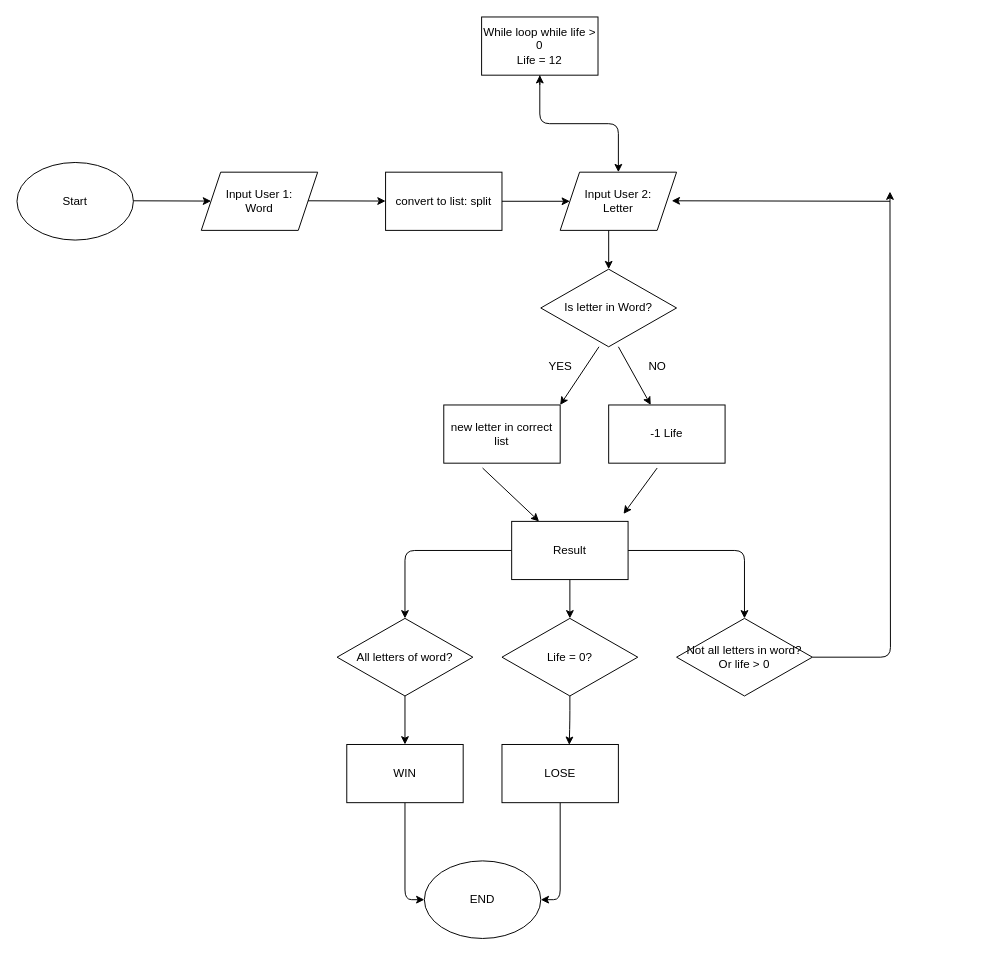
This is Project_1_flow_chart.drawio from Edgart371/Project-1-Hangman-Game, a draw.io file, before an edit. Source tidied: cells renumbered, new cells numbered last; positions are measured from the earlier drawing's top-left corner, leaving out a move shared by most shapes. Both pictures are drawn from the tidied source at 97%, with x=0, y=0 at pixel (16, 16).
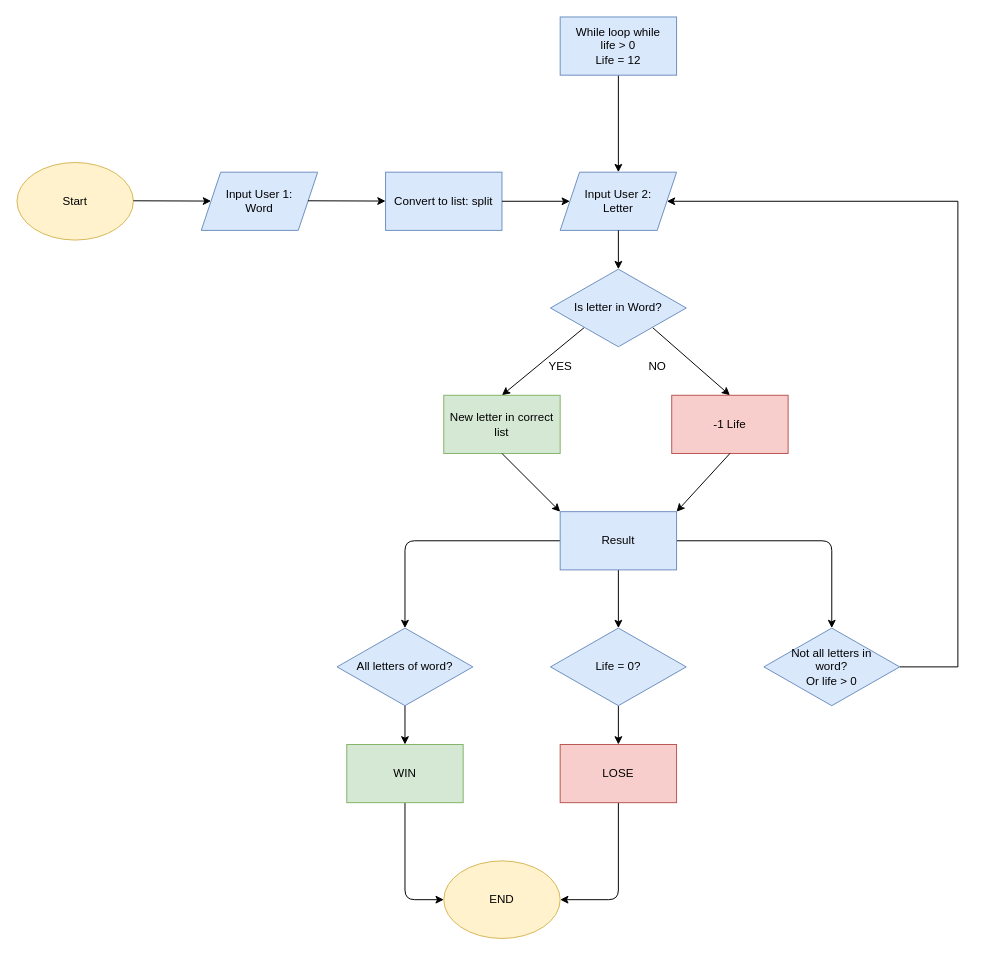
After the change.

The edit, as a diff of the source:
```diff
@@
-    <mxCell id="2" value="Start" style="ellipse;whiteSpace=wrap;html=1;rounded=0;sketch=0;" parent="1" vertex="1">
+    <mxCell id="2" value="Start" style="ellipse;whiteSpace=wrap;html=1;rounded=0;sketch=0;fillColor=#fff2cc;strokeColor=#d6b656;" parent="1" vertex="1">
       <mxGeometry y="150" width="120" height="80" as="geometry" />
     </mxCell>
@@
-    <mxCell id="4" value="Input User 1: &lt;br&gt;Word" style="shape=parallelogram;perimeter=parallelogramPerimeter;whiteSpace=wrap;html=1;fixedSize=1;rounded=0;sketch=0;" parent="1" vertex="1">
+    <mxCell id="4" value="Input User 1: &lt;br&gt;Word" style="shape=parallelogram;perimeter=parallelogramPerimeter;whiteSpace=wrap;html=1;fixedSize=1;rounded=0;sketch=0;fillColor=#dae8fc;strokeColor=#6c8ebf;" parent="1" vertex="1">
       <mxGeometry x="190" y="160" width="120" height="60" as="geometry" />
     </mxCell>
@@
-    <mxCell id="6" value="convert to list: split" style="rounded=0;whiteSpace=wrap;html=1;sketch=0;" parent="1" vertex="1">
+    <mxCell id="6" value="Convert to list: split" style="rounded=0;whiteSpace=wrap;html=1;sketch=0;fillColor=#dae8fc;strokeColor=#6c8ebf;" parent="1" vertex="1">
       <mxGeometry x="380" y="160" width="120" height="60" as="geometry" />
     </mxCell>
@@
-    <mxCell id="8" value="Input User 2:&lt;br&gt;Letter" style="shape=parallelogram;perimeter=parallelogramPerimeter;whiteSpace=wrap;html=1;fixedSize=1;rounded=0;sketch=0;" parent="1" vertex="1">
+    <mxCell id="8" value="Input User 2:&lt;br&gt;Letter" style="shape=parallelogram;perimeter=parallelogramPerimeter;whiteSpace=wrap;html=1;fixedSize=1;rounded=0;sketch=0;fillColor=#dae8fc;strokeColor=#6c8ebf;" parent="1" vertex="1">
       <mxGeometry x="560" y="160" width="120" height="60" as="geometry" />
     </mxCell>
-    <mxCell id="9" style="endArrow=classic;html=1;rounded=1;sketch=0;curved=0;" parent="1" edge="1">
-      <mxGeometry relative="1" as="geometry">
-        <mxPoint x="600" y="340" as="sourcePoint" />
-        <mxPoint x="560" y="400" as="targetPoint" />
-      </mxGeometry>
+    <mxCell id="9" style="endArrow=classic;html=1;rounded=1;sketch=0;curved=0;entryX=0.5;entryY=0;entryDx=0;entryDy=0;exitX=0;exitY=1;exitDx=0;exitDy=0;" parent="1" edge="1" source="12" target="15">
+      <mxGeometry relative="1" as="geometry" />
     </mxCell>
-    <mxCell id="10" style="endArrow=classic;html=1;rounded=1;sketch=0;curved=0;" parent="1" edge="1" target="16">
-      <mxGeometry relative="1" as="geometry">
-        <mxPoint x="620" y="340" as="sourcePoint" />
-      </mxGeometry>
+    <mxCell id="10" style="endArrow=classic;html=1;rounded=1;sketch=0;curved=0;entryX=0.5;entryY=0;entryDx=0;entryDy=0;exitX=1;exitY=1;exitDx=0;exitDy=0;" parent="1" edge="1" source="12" target="16">
+      <mxGeometry relative="1" as="geometry" />
     </mxCell>
-    <mxCell id="11" style="endArrow=classic;html=1;rounded=1;sketch=0;curved=0;" parent="1" edge="1" target="12">
-      <mxGeometry relative="1" as="geometry">
-        <mxPoint x="610" y="220" as="sourcePoint" />
-      </mxGeometry>
+    <mxCell id="11" style="endArrow=classic;html=1;rounded=1;sketch=0;curved=0;exitX=0.5;exitY=1;exitDx=0;exitDy=0;" parent="1" edge="1" source="8" target="12">
+      <mxGeometry relative="1" as="geometry" />
     </mxCell>
-    <mxCell id="12" value="Is letter in Word?" style="rhombus;whiteSpace=wrap;html=1;rounded=0;sketch=0;" parent="1" vertex="1">
-      <mxGeometry x="540" y="260" width="140" height="80" as="geometry" />
+    <mxCell id="12" value="Is letter in Word?" style="rhombus;whiteSpace=wrap;html=1;rounded=0;sketch=0;fillColor=#dae8fc;strokeColor=#6c8ebf;" parent="1" vertex="1">
+      <mxGeometry x="550" y="260" width="140" height="80" as="geometry" />
     </mxCell>
@@
-    <mxCell id="15" value="new letter in correct list" style="rounded=0;whiteSpace=wrap;html=1;sketch=0;" parent="1" vertex="1">
-      <mxGeometry x="440" y="400" width="120" height="60" as="geometry" />
+    <mxCell id="15" value="New letter in correct list" style="rounded=0;whiteSpace=wrap;html=1;sketch=0;fillColor=#d5e8d4;strokeColor=#82b366;" parent="1" vertex="1">
+      <mxGeometry x="440" y="390" width="120" height="60" as="geometry" />
     </mxCell>
-    <mxCell id="16" value="-1 Life" style="rounded=0;whiteSpace=wrap;html=1;sketch=0;" parent="1" vertex="1">
-      <mxGeometry x="610" y="400" width="120" height="60" as="geometry" />
+    <mxCell id="16" value="-1 Life" style="rounded=0;whiteSpace=wrap;html=1;sketch=0;fillColor=#f8cecc;strokeColor=#b85450;" parent="1" vertex="1">
+      <mxGeometry x="675" y="390" width="120" height="60" as="geometry" />
     </mxCell>
-    <mxCell id="17" style="endArrow=classic;html=1;rounded=1;sketch=0;curved=0;" parent="1" edge="1" target="22">
-      <mxGeometry relative="1" as="geometry">
-        <mxPoint x="480" y="465" as="sourcePoint" />
-      </mxGeometry>
+    <mxCell id="17" style="endArrow=classic;html=1;rounded=1;sketch=0;curved=0;exitX=0.5;exitY=1;exitDx=0;exitDy=0;entryX=0;entryY=0;entryDx=0;entryDy=0;" parent="1" edge="1" source="15" target="22">
+      <mxGeometry relative="1" as="geometry" />
     </mxCell>
-    <mxCell id="18" style="endArrow=classic;html=1;rounded=1;sketch=0;curved=0;entryX=0.961;entryY=-0.128;entryDx=0;entryDy=0;entryPerimeter=0;" parent="1" edge="1" target="22">
-      <mxGeometry relative="1" as="geometry">
-        <mxPoint x="660" y="465" as="sourcePoint" />
-      </mxGeometry>
+    <mxCell id="18" style="endArrow=classic;html=1;rounded=1;sketch=0;curved=0;entryX=1;entryY=0;entryDx=0;entryDy=0;exitX=0.5;exitY=1;exitDx=0;exitDy=0;" parent="1" edge="1" source="16" target="22">
+      <mxGeometry relative="1" as="geometry" />
     </mxCell>
@@
     <mxCell id="21" style="edgeStyle=orthogonalEdgeStyle;curved=0;rounded=1;sketch=0;jettySize=auto;html=1;entryX=0.5;entryY=0;entryDx=0;entryDy=0;" parent="1" edge="1" source="22" target="37">
-      <mxGeometry relative="1" as="geometry" />
+      <mxGeometry relative="1" as="geometry">
+        <Array as="points">
+          <mxPoint x="840" y="540" />
+        </Array>
+      </mxGeometry>
     </mxCell>
-    <mxCell id="22" value="Result" style="rounded=0;whiteSpace=wrap;html=1;sketch=0;" parent="1" vertex="1">
-      <mxGeometry x="510" y="520" width="120" height="60" as="geometry" />
+    <mxCell id="22" value="Result" style="rounded=0;whiteSpace=wrap;html=1;sketch=0;fillColor=#dae8fc;strokeColor=#6c8ebf;" parent="1" vertex="1">
+      <mxGeometry x="560" y="510" width="120" height="60" as="geometry" />
     </mxCell>
-    <mxCell id="23" style="endArrow=classic;html=1;rounded=1;sketch=0;curved=0;" parent="1" edge="1" target="25">
-      <mxGeometry relative="1" as="geometry">
-        <mxPoint x="539" y="70" as="sourcePoint" />
-      </mxGeometry>
-    </mxCell>
@@
-    <mxCell id="25" value="While loop while life &amp;gt; 0&lt;br&gt;Life = 12" style="rounded=0;whiteSpace=wrap;html=1;sketch=0;" parent="1" vertex="1">
-      <mxGeometry x="479" width="120" height="60" as="geometry" />
+    <mxCell id="25" value="While loop while &lt;br&gt;life &amp;gt; 0&lt;br&gt;Life = 12" style="rounded=0;whiteSpace=wrap;html=1;sketch=0;fillColor=#dae8fc;strokeColor=#6c8ebf;" parent="1" vertex="1">
+      <mxGeometry x="560" width="120" height="60" as="geometry" />
     </mxCell>
-    <mxCell id="26" style="endArrow=classic;html=1;rounded=1;sketch=0;curved=0;" parent="1" edge="1">
-      <mxGeometry relative="1" as="geometry">
-        <mxPoint x="900" y="190" as="sourcePoint" />
-        <mxPoint x="675" y="189.5" as="targetPoint" />
-      </mxGeometry>
-    </mxCell>
@@
-    <mxCell id="28" value="All letters of word?" style="rhombus;whiteSpace=wrap;html=1;rounded=0;sketch=0;" parent="1" vertex="1">
-      <mxGeometry x="330" y="620" width="140" height="80" as="geometry" />
+    <mxCell id="28" value="All letters of word?" style="rhombus;whiteSpace=wrap;html=1;rounded=0;sketch=0;fillColor=#dae8fc;strokeColor=#6c8ebf;" parent="1" vertex="1">
+      <mxGeometry x="330" y="630" width="140" height="80" as="geometry" />
     </mxCell>
-    <mxCell id="29" style="edgeStyle=orthogonalEdgeStyle;curved=0;rounded=1;sketch=0;jettySize=auto;html=1;entryX=0.578;entryY=0.006;entryDx=0;entryDy=0;entryPerimeter=0;" parent="1" edge="1" source="30" target="34">
+    <mxCell id="29" style="edgeStyle=orthogonalEdgeStyle;curved=0;rounded=1;sketch=0;jettySize=auto;html=1;entryX=0.5;entryY=0;entryDx=0;entryDy=0;" parent="1" edge="1" source="30" target="34">
       <mxGeometry relative="1" as="geometry" />
     </mxCell>
-    <mxCell id="30" value="Life = 0?" style="rhombus;whiteSpace=wrap;html=1;rounded=0;sketch=0;" parent="1" vertex="1">
-      <mxGeometry x="500" y="620" width="140" height="80" as="geometry" />
+    <mxCell id="30" value="Life = 0?" style="rhombus;whiteSpace=wrap;html=1;rounded=0;sketch=0;fillColor=#dae8fc;strokeColor=#6c8ebf;" parent="1" vertex="1">
+      <mxGeometry x="550" y="630" width="140" height="80" as="geometry" />
     </mxCell>
@@
-    <mxCell id="32" value="WIN" style="rounded=0;whiteSpace=wrap;html=1;sketch=0;" parent="1" vertex="1">
+    <mxCell id="32" value="WIN" style="rounded=0;whiteSpace=wrap;html=1;sketch=0;fillColor=#d5e8d4;strokeColor=#82b366;" parent="1" vertex="1">
       <mxGeometry x="340" y="750" width="120" height="60" as="geometry" />
     </mxCell>
-    <mxCell id="33" style="edgeStyle=orthogonalEdgeStyle;curved=0;rounded=1;sketch=0;jettySize=auto;html=1;entryX=1;entryY=0.5;entryDx=0;entryDy=0;" parent="1" edge="1" source="34" target="35">
-      <mxGeometry relative="1" as="geometry" />
+    <mxCell id="33" style="edgeStyle=orthogonalEdgeStyle;curved=0;rounded=1;sketch=0;jettySize=auto;html=1;entryX=1;entryY=0.5;entryDx=0;entryDy=0;exitX=0.5;exitY=1;exitDx=0;exitDy=0;" parent="1" edge="1" source="34" target="35">
+      <mxGeometry relative="1" as="geometry">
+        <Array as="points">
+          <mxPoint x="620" y="910" />
+        </Array>
+      </mxGeometry>
     </mxCell>
-    <mxCell id="34" value="LOSE" style="rounded=0;whiteSpace=wrap;html=1;sketch=0;" parent="1" vertex="1">
-      <mxGeometry x="500" y="750" width="120" height="60" as="geometry" />
+    <mxCell id="34" value="LOSE" style="rounded=0;whiteSpace=wrap;html=1;sketch=0;fillColor=#f8cecc;strokeColor=#b85450;" parent="1" vertex="1">
+      <mxGeometry x="560" y="750" width="120" height="60" as="geometry" />
     </mxCell>
-    <mxCell id="35" value="END" style="ellipse;whiteSpace=wrap;html=1;rounded=0;sketch=0;" parent="1" vertex="1">
-      <mxGeometry x="420" y="870" width="120" height="80" as="geometry" />
+    <mxCell id="35" value="END" style="ellipse;whiteSpace=wrap;html=1;rounded=0;sketch=0;fillColor=#fff2cc;strokeColor=#d6b656;" parent="1" vertex="1">
+      <mxGeometry x="440" y="870" width="120" height="80" as="geometry" />
     </mxCell>
-    <mxCell id="36" style="edgeStyle=orthogonalEdgeStyle;curved=0;rounded=1;sketch=0;jettySize=auto;html=1;" parent="1" edge="1" source="37">
-      <mxGeometry relative="1" as="geometry">
-        <mxPoint x="900" y="180" as="targetPoint" />
-      </mxGeometry>
-    </mxCell>
+    <mxCell id="38" style="edgeStyle=orthogonalEdgeStyle;rounded=0;jettySize=auto;html=1;exitX=1;exitY=0.5;exitDx=0;exitDy=0;entryX=1;entryY=0.5;entryDx=0;entryDy=0;" parent="1" edge="1" source="37" target="8">
+      <mxGeometry relative="1" as="geometry">
+        <Array as="points">
+          <mxPoint x="970" y="670" />
+          <mxPoint x="970" y="190" />
+        </Array>
+      </mxGeometry>
+    </mxCell>
-    <mxCell id="37" value="Not all letters in word?&lt;br&gt;Or life &amp;gt; 0" style="rhombus;whiteSpace=wrap;html=1;rounded=0;sketch=0;" parent="1" vertex="1">
-      <mxGeometry x="680" y="620" width="140" height="80" as="geometry" />
+    <mxCell id="37" value="Not all letters in &lt;br&gt;word?&lt;br&gt;Or life &amp;gt; 0" style="rhombus;whiteSpace=wrap;html=1;rounded=0;sketch=0;fillColor=#dae8fc;strokeColor=#6c8ebf;" parent="1" vertex="1">
+      <mxGeometry x="770" y="630" width="140" height="80" as="geometry" />
     </mxCell>
```
